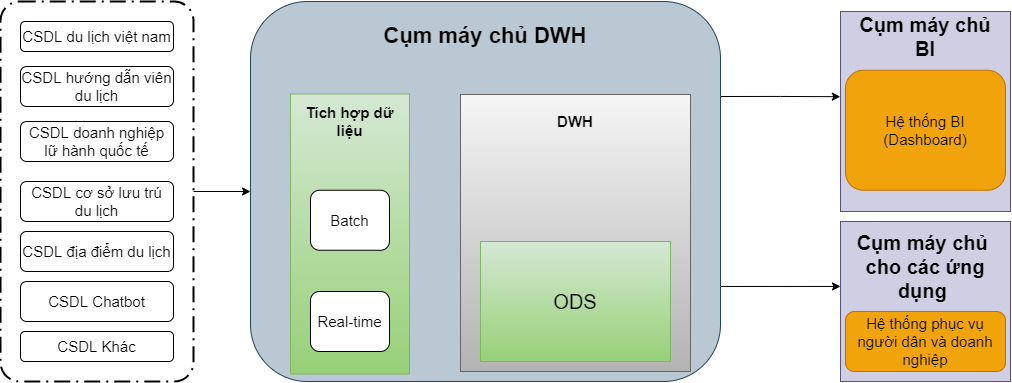
letheanh12345/Draw-io keeps this draw.io diagram as tcdl-Page-2.drawio.png. Above is the earlier version. Source tidied: cells renumbered, new cells last; positions are measured from the earlier drawing's top-left corner, leaving out a move shared by most shapes.
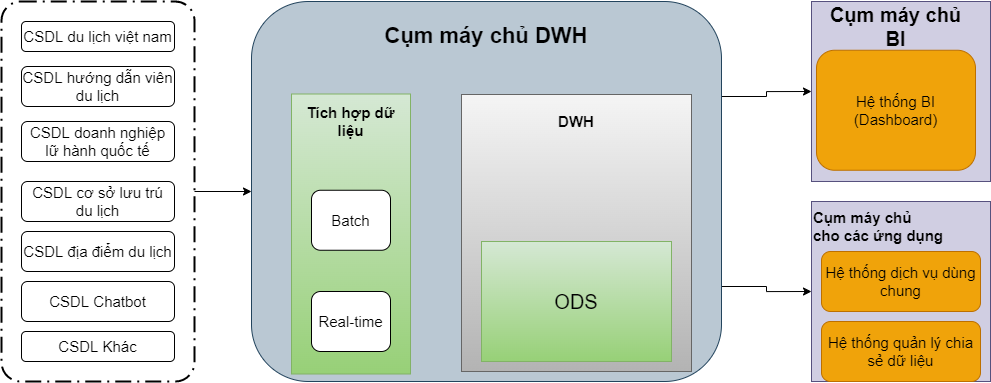
The same file after the commit.

Change to the diagram source:
```diff
@@ -10,10 +10,10 @@
     <mxCell id="3" style="points=[[0.25,0,0],[0.5,0,0],[0.75,0,0],[1,0.25,0],[1,0.5,0],[1,0.75,0],[0.75,1,0],[0.5,1,0],[0.25,1,0],[0,0.75,0],[0,0.5,0],[0,0.25,0]];rounded=1;arcSize=10;dashed=1;strokeColor=#000000;fillColor=none;gradientColor=none;dashPattern=8 3 1 3;strokeWidth=2;fontStyle=1;fontSize=20;" parent="1" vertex="1">
       <mxGeometry width="193" height="380" as="geometry" />
     </mxCell>
-    <mxCell id="4" style="edgeStyle=orthogonalEdgeStyle;rounded=0;jettySize=auto;html=1;exitX=1;exitY=0.25;exitDx=0;exitDy=0;entryX=-0.001;entryY=0.426;entryDx=0;entryDy=0;entryPerimeter=0;" parent="1" edge="1" source="6" target="19">
+    <mxCell id="4" style="edgeStyle=orthogonalEdgeStyle;rounded=0;jettySize=auto;html=1;exitX=1;exitY=0.25;exitDx=0;exitDy=0;entryX=0;entryY=0.5;entryDx=0;entryDy=0;fontSize=15;" parent="1" edge="1" source="6" target="19">
       <mxGeometry relative="1" as="geometry" />
     </mxCell>
-    <mxCell id="5" style="edgeStyle=orthogonalEdgeStyle;rounded=0;jettySize=auto;html=1;exitX=1;exitY=0.75;exitDx=0;exitDy=0;entryX=0;entryY=0.406;entryDx=0;entryDy=0;entryPerimeter=0;" parent="1" edge="1" source="6" target="22">
+    <mxCell id="5" style="edgeStyle=orthogonalEdgeStyle;rounded=0;jettySize=auto;html=1;exitX=1;exitY=0.75;exitDx=0;exitDy=0;entryX=0;entryY=0.5;entryDx=0;entryDy=0;fontSize=15;" parent="1" edge="1" source="6" target="22">
       <mxGeometry relative="1" as="geometry" />
     </mxCell>
     <mxCell id="6" style="rounded=1;whiteSpace=wrap;html=1;fillColor=#bac8d3;strokeColor=#23445d;" parent="1" vertex="1">
@@ -56,22 +56,22 @@
       <mxGeometry x="480" y="105" width="190" height="30" as="geometry" />
     </mxCell>
     <mxCell id="19" style="rounded=0;whiteSpace=wrap;html=1;fontSize=15;fillColor=#d0cee2;strokeColor=#56517e;" parent="1" vertex="1">
-      <mxGeometry x="840" y="10" width="170" height="200" as="geometry" />
+      <mxGeometry x="810" width="179" height="180" as="geometry" />
     </mxCell>
     <mxCell id="20" value="&lt;b&gt;&lt;font style=&quot;font-size: 20px;&quot;&gt;Cụm máy chủ BI&lt;/font&gt;&lt;/b&gt;" style="text;html=1;strokeColor=none;fillColor=none;align=center;verticalAlign=middle;whiteSpace=wrap;rounded=0;fontSize=15;" parent="1" vertex="1">
-      <mxGeometry x="850" y="10" width="150" height="50" as="geometry" />
+      <mxGeometry x="820" width="149" height="50" as="geometry" />
     </mxCell>
     <mxCell id="21" value="Hệ thống BI (Dashboard)" style="rounded=1;whiteSpace=wrap;html=1;fontSize=15;fillColor=#f0a30a;fontColor=#000000;strokeColor=#BD7000;" parent="1" vertex="1">
-      <mxGeometry x="845" y="68.8" width="160" height="120" as="geometry" />
+      <mxGeometry x="815" y="48.8" width="159" height="120" as="geometry" />
     </mxCell>
     <mxCell id="22" style="rounded=0;whiteSpace=wrap;html=1;fontSize=15;fillColor=#d0cee2;strokeColor=#56517e;" parent="1" vertex="1">
-      <mxGeometry x="840" y="220" width="170" height="160" as="geometry" />
+      <mxGeometry x="810" y="200" width="179" height="180" as="geometry" />
     </mxCell>
-    <mxCell id="23" value="&lt;b&gt;&lt;font style=&quot;font-size: 20px;&quot;&gt;Cụm máy chủ&amp;nbsp;&lt;br&gt;cho các ứng dụng&amp;nbsp;&lt;br&gt;&lt;/font&gt;&lt;/b&gt;" style="text;html=1;strokeColor=none;fillColor=none;align=center;verticalAlign=middle;whiteSpace=wrap;rounded=0;fontSize=15;" parent="1" vertex="1">
-      <mxGeometry x="850" y="230" width="150" height="70" as="geometry" />
+    <mxCell id="23" value="&lt;div style=&quot;&quot;&gt;&lt;b style=&quot;background-color: initial;&quot;&gt;Cụm máy chủ&amp;nbsp;&lt;/b&gt;&lt;/div&gt;&lt;b&gt;&lt;div style=&quot;&quot;&gt;&lt;b style=&quot;background-color: initial;&quot;&gt;cho các ứng dụng&amp;nbsp;&lt;/b&gt;&lt;/div&gt;&lt;/b&gt;" style="text;html=1;strokeColor=none;fillColor=none;align=left;verticalAlign=middle;whiteSpace=wrap;rounded=0;fontSize=15;" parent="1" vertex="1">
+      <mxGeometry x="810" y="210" width="169" height="30" as="geometry" />
     </mxCell>
-    <mxCell id="24" value="Hệ thống phục vụ người dân và doanh nghiệp" style="rounded=1;whiteSpace=wrap;html=1;fontSize=15;fillColor=#f0a30a;fontColor=#000000;strokeColor=#BD7000;" parent="1" vertex="1">
-      <mxGeometry x="845" y="310" width="160" height="60" as="geometry" />
+    <mxCell id="24" value="Hệ thống dịch vụ dùng chung" style="rounded=1;whiteSpace=wrap;html=1;fontSize=15;fillColor=#f0a30a;fontColor=#000000;strokeColor=#BD7000;" parent="1" vertex="1">
+      <mxGeometry x="820" y="250" width="159" height="60" as="geometry" />
     </mxCell>
     <mxCell id="25" value="&lt;font style=&quot;font-size: 15px;&quot;&gt;CSDL cơ sở lưu trú du lịch&lt;/font&gt;" style="rounded=1;whiteSpace=wrap;html=1;" parent="1" vertex="1">
       <mxGeometry x="20" y="180" width="153" height="40" as="geometry" />
@@ -82,5 +82,8 @@
     <mxCell id="27" value="&lt;font style=&quot;font-size: 15px;&quot;&gt;CSDL địa điểm du lịch&lt;/font&gt;" style="rounded=1;whiteSpace=wrap;html=1;" parent="1" vertex="1">
       <mxGeometry x="20" y="230" width="153" height="40" as="geometry" />
     </mxCell>
+    <mxCell id="28" value="Hệ thống quản lý chia sẻ dữ liệu" style="rounded=1;whiteSpace=wrap;html=1;fontSize=15;fillColor=#f0a30a;fontColor=#000000;strokeColor=#BD7000;" parent="1" vertex="1">
+      <mxGeometry x="820" y="320" width="159" height="60" as="geometry" />
+    </mxCell>
   </root>
 </mxGraphModel>
```
